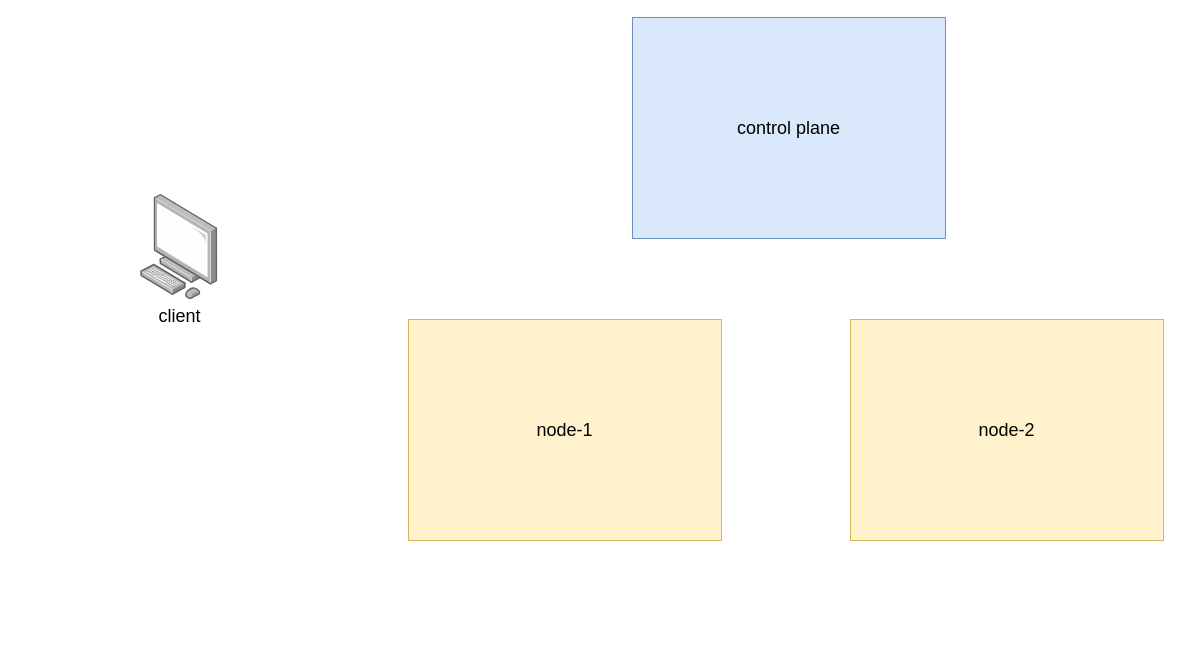
This is k8s cluster setup.drawio from firelinks-alex/firelinks-alex.github.io, a draw.io file, before an edit. Source tidied: cells renumbered, new cells numbered last; positions are measured from the earlier drawing's top-left corner, leaving out a move shared by most shapes. Both pictures are drawn from the tidied source at 100%, with x=0, y=0 at pixel (140, 17).
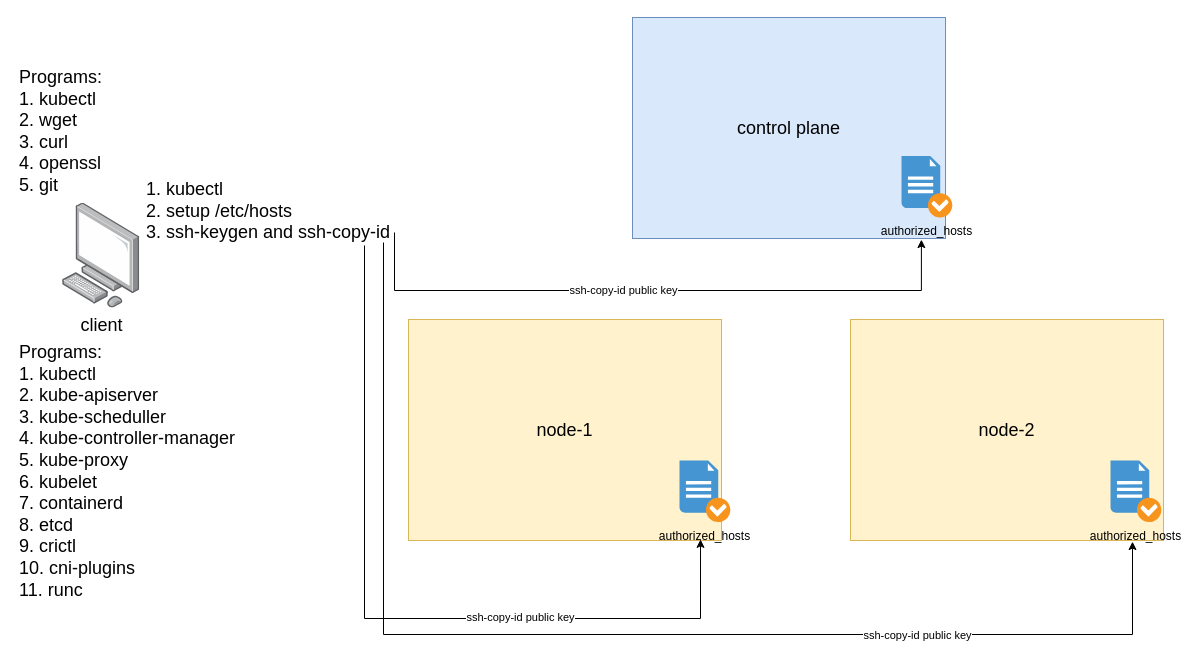
The same page after the edit.

The change refers to these unchanged cells:
```xml
<mxCell id="2" value="&lt;font style=&quot;font-size: 18px;&quot;&gt;control plane&lt;/font&gt;" style="rounded=0;whiteSpace=wrap;html=1;fillColor=#dae8fc;strokeColor=#6c8ebf;" parent="1" vertex="1">
  <mxGeometry x="492" width="313" height="221" as="geometry" />
</mxCell>
<mxCell id="3" value="&lt;span style=&quot;font-size: 18px;&quot;&gt;node-1&lt;/span&gt;" style="rounded=0;whiteSpace=wrap;html=1;fillColor=#fff2cc;strokeColor=#d6b656;" parent="1" vertex="1">
  <mxGeometry x="268" y="302" width="313" height="221" as="geometry" />
</mxCell>
<mxCell id="4" value="&lt;span style=&quot;font-size: 18px;&quot;&gt;node-2&lt;/span&gt;" style="rounded=0;whiteSpace=wrap;html=1;fillColor=#fff2cc;strokeColor=#d6b656;" parent="1" vertex="1">
  <mxGeometry x="710" y="302" width="313" height="221" as="geometry" />
</mxCell>
```

Diff of the diagram source:
```diff
@@
     <mxCell id="5" value="&lt;font style=&quot;font-size: 18px;&quot;&gt;client&lt;/font&gt;" style="image;html=1;align=center;shadow=0;dashed=0;image=img/lib/allied_telesis/computer_and_terminals/Personal_Computer.svg;" parent="1" vertex="1">
-      <mxGeometry y="177" width="77.5" height="105" as="geometry" />
+      <mxGeometry x="-78" y="185.5" width="77.5" height="105" as="geometry" />
     </mxCell>
+    <mxCell id="6" value="Programs:&lt;div&gt;1. kubectl&lt;/div&gt;&lt;div&gt;2. kube-apiserver&lt;/div&gt;&lt;div&gt;3. kube-scheduller&lt;/div&gt;&lt;div&gt;4. kube-controller-manager&lt;/div&gt;&lt;div&gt;5. kube-proxy&lt;/div&gt;&lt;div&gt;6. kubelet&lt;/div&gt;&lt;div&gt;7. containerd&lt;/div&gt;&lt;div&gt;8. etcd&lt;/div&gt;&lt;div&gt;9. crictl&lt;/div&gt;&lt;div&gt;10. cni-plugins&lt;/div&gt;&lt;div&gt;11. runc&lt;/div&gt;&lt;div&gt;&lt;br&gt;&lt;/div&gt;" style="text;html=1;align=left;verticalAlign=top;whiteSpace=wrap;rounded=0;strokeWidth=1;fontSize=18;" parent="1" vertex="1">
+      <mxGeometry x="-123" y="318" width="306" height="285" as="geometry" />
+    </mxCell>
+    <mxCell id="7" value="Programs:&lt;div&gt;1. kubectl&lt;/div&gt;&lt;div&gt;2. wget&lt;/div&gt;&lt;div&gt;3. curl&lt;/div&gt;&lt;div&gt;4. openssl&lt;/div&gt;&lt;div&gt;5. git&lt;/div&gt;" style="text;html=1;align=left;verticalAlign=top;whiteSpace=wrap;rounded=0;strokeWidth=1;fontSize=18;" parent="1" vertex="1">
+      <mxGeometry x="-123" y="43" width="110" height="157" as="geometry" />
+    </mxCell>
+    <mxCell id="8" value="&lt;div style=&quot;forced-color-adjust: none; color: rgb(0, 0, 0); font-family: Helvetica; font-size: 18px; font-style: normal; font-variant-ligatures: normal; font-variant-caps: normal; font-weight: 400; letter-spacing: normal; orphans: 2; text-align: left; text-indent: 0px; text-transform: none; widows: 2; word-spacing: 0px; -webkit-text-stroke-width: 0px; white-space: normal; background-color: rgb(255, 255, 255); text-decoration-thickness: initial; text-decoration-style: initial; text-decoration-color: initial;&quot;&gt;1. kubectl&lt;/div&gt;&lt;div style=&quot;forced-color-adjust: none; color: rgb(0, 0, 0); font-family: Helvetica; font-size: 18px; font-style: normal; font-variant-ligatures: normal; font-variant-caps: normal; font-weight: 400; letter-spacing: normal; orphans: 2; text-align: left; text-indent: 0px; text-transform: none; widows: 2; word-spacing: 0px; -webkit-text-stroke-width: 0px; white-space: normal; background-color: rgb(255, 255, 255); text-decoration-thickness: initial; text-decoration-style: initial; text-decoration-color: initial;&quot;&gt;2. setup /etc/hosts&lt;/div&gt;&lt;div style=&quot;forced-color-adjust: none; color: rgb(0, 0, 0); font-family: Helvetica; font-size: 18px; font-style: normal; font-variant-ligatures: normal; font-variant-caps: normal; font-weight: 400; letter-spacing: normal; orphans: 2; text-align: left; text-indent: 0px; text-transform: none; widows: 2; word-spacing: 0px; -webkit-text-stroke-width: 0px; white-space: normal; background-color: rgb(255, 255, 255); text-decoration-thickness: initial; text-decoration-style: initial; text-decoration-color: initial;&quot;&gt;3. ssh-keygen and ssh-copy-id&lt;/div&gt;" style="text;whiteSpace=wrap;html=1;" parent="1" vertex="1">
+      <mxGeometry x="4" y="155" width="264" height="160" as="geometry" />
+    </mxCell>
+    <mxCell id="9" style="endArrow=classic;html=1;rounded=0;entryX=0.923;entryY=1.005;entryDx=0;entryDy=0;entryPerimeter=0;edgeStyle=orthogonalEdgeStyle;" parent="1" edge="1" target="2">
+      <mxGeometry relative="1" as="geometry">
+        <mxPoint x="254" y="215" as="sourcePoint" />
+        <Array as="points">
+          <mxPoint x="254" y="273" />
+          <mxPoint x="781" y="273" />
+        </Array>
+      </mxGeometry>
+    </mxCell>
+    <mxCell id="10" value="ssh-copy-id public key" style="edgeLabel;html=1;align=center;verticalAlign=middle;" parent="9" vertex="1">
+      <mxGeometry x="-0.1" y="1" relative="1" as="geometry" />
+    </mxCell>
+    <mxCell id="11" style="endArrow=classic;html=1;rounded=0;entryX=0.901;entryY=1.005;entryDx=0;entryDy=0;entryPerimeter=0;edgeStyle=orthogonalEdgeStyle;" parent="1" edge="1" target="4">
+      <mxGeometry relative="1" as="geometry">
+        <mxPoint x="243" y="225" as="sourcePoint" />
+        <Array as="points">
+          <mxPoint x="243" y="617" />
+          <mxPoint x="992" y="617" />
+        </Array>
+      </mxGeometry>
+    </mxCell>
+    <mxCell id="12" value="ssh-copy-id public key" style="edgeLabel;html=1;align=center;verticalAlign=middle;" parent="11" vertex="1">
+      <mxGeometry x="0.5" relative="1" as="geometry" />
+    </mxCell>
+    <mxCell id="13" style="endArrow=classic;html=1;rounded=0;entryX=0.933;entryY=0.995;entryDx=0;entryDy=0;entryPerimeter=0;edgeStyle=orthogonalEdgeStyle;" parent="1" edge="1" target="3">
+      <mxGeometry relative="1" as="geometry">
+        <mxPoint x="224" y="228" as="sourcePoint" />
+        <Array as="points">
+          <mxPoint x="224" y="601" />
+          <mxPoint x="560" y="601" />
+        </Array>
+      </mxGeometry>
+    </mxCell>
+    <mxCell id="14" value="ssh-copy-id public key" style="edgeLabel;html=1;align=center;verticalAlign=middle;" parent="13" vertex="1">
+      <mxGeometry x="0.34" y="2" relative="1" as="geometry" />
+    </mxCell>
+    <mxCell id="15" value="authorized_hosts" style="shadow=0;dashed=0;html=1;strokeColor=none;fillColor=#4495D1;labelPosition=center;verticalLabelPosition=bottom;verticalAlign=top;align=center;shape=mxgraph.veeam.checked_doc;" parent="1" vertex="1">
+      <mxGeometry x="539" y="443" width="50.8" height="61.6" as="geometry" />
+    </mxCell>
+    <mxCell id="16" value="authorized_hosts" style="shadow=0;dashed=0;html=1;strokeColor=none;fillColor=#4495D1;labelPosition=center;verticalLabelPosition=bottom;verticalAlign=top;align=center;shape=mxgraph.veeam.checked_doc;" parent="1" vertex="1">
+      <mxGeometry x="970" y="443" width="50.8" height="61.6" as="geometry" />
+    </mxCell>
+    <mxCell id="17" value="authorized_hosts" style="shadow=0;dashed=0;html=1;strokeColor=none;fillColor=#4495D1;labelPosition=center;verticalLabelPosition=bottom;verticalAlign=top;align=center;shape=mxgraph.veeam.checked_doc;" parent="1" vertex="1">
+      <mxGeometry x="761" y="138.4" width="50.8" height="61.6" as="geometry" />
+    </mxCell>
```
